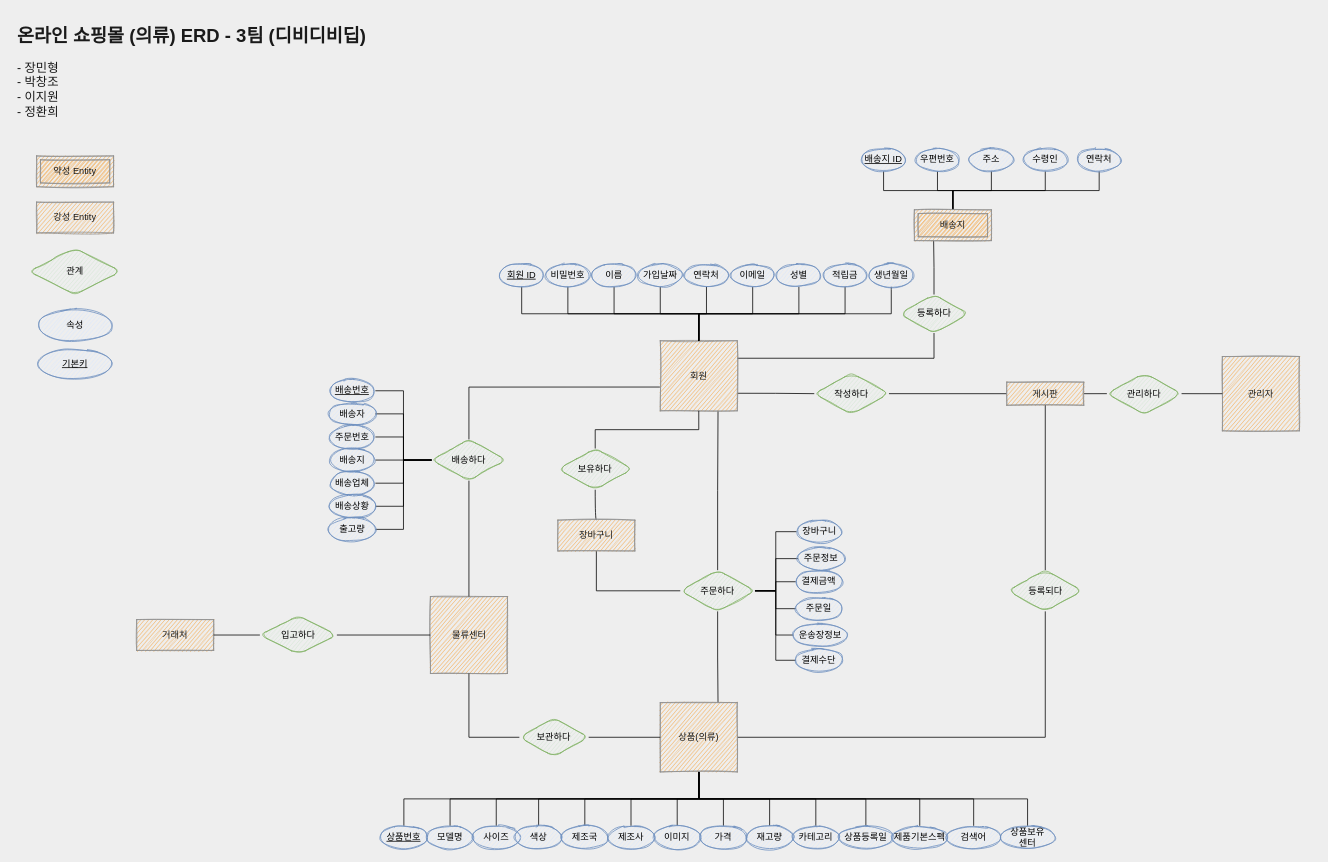
Before: page "페이지-2의 복사본" (3 of 4) of Untitled Diagram.drawio in pcjo1202/DataBase-design, a draw.io diagram. Source tidied: cells renumbered, new cells numbered last; positions are measured from the earlier drawing's top-left corner, leaving out a move shared by most shapes. Both pictures are drawn from the tidied source at 77%, with x=0, y=0 at pixel (13, 21).
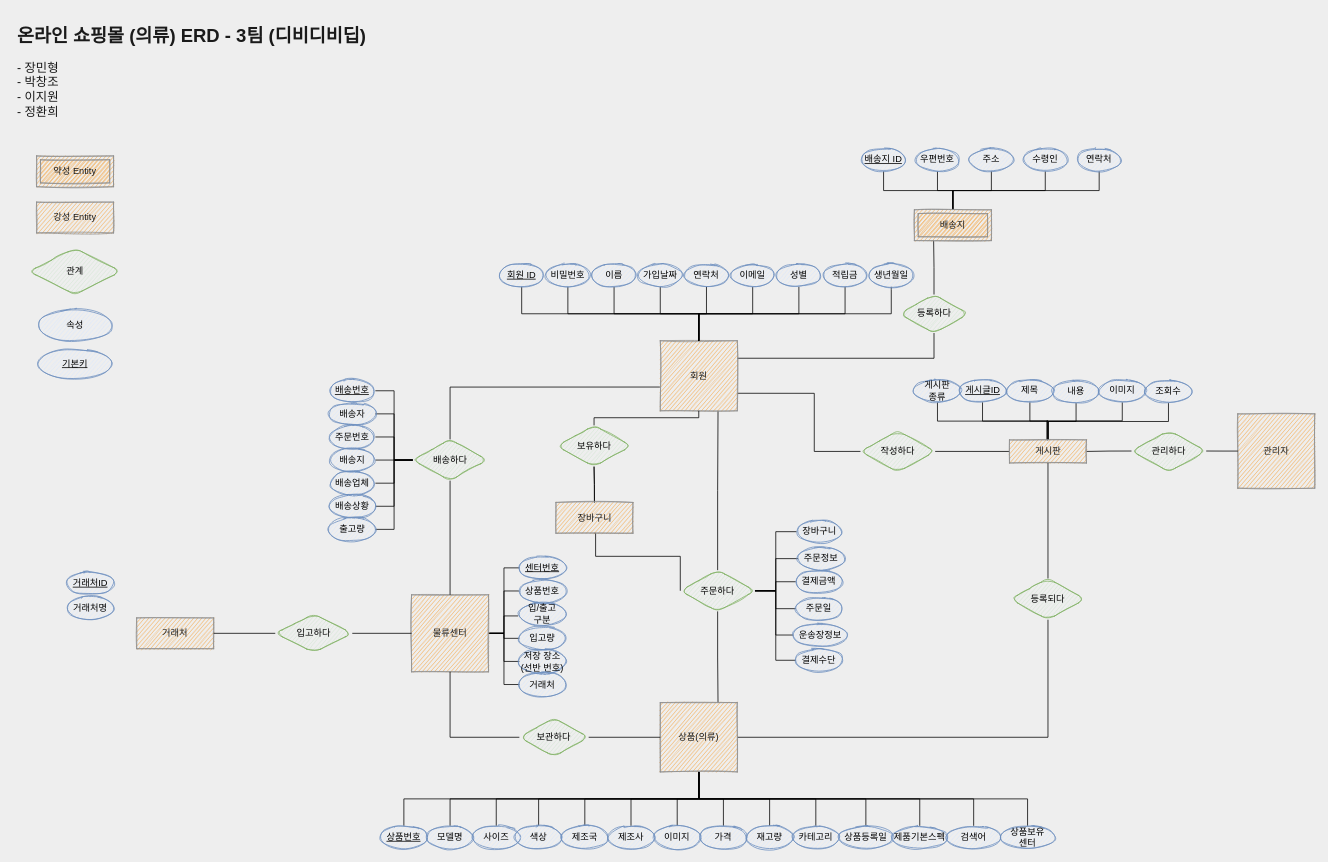
After the change.

Unchanged cells that the change refers to:
```xml
<mxCell id="12" value="주문하다" style="shape=rhombus;perimeter=rhombusPerimeter;whiteSpace=wrap;html=1;align=center;fillColor=#d5e8d4;strokeColor=#82b366;sketch=1;rounded=1;" parent="1" vertex="1">
  <mxGeometry x="866" y="713" width="97" height="53.5" as="geometry" />
</mxCell>
<mxCell id="29" value="회원" style="whiteSpace=wrap;html=1;align=center;rounded=0;sketch=1;fontColor=#1A1A1A;strokeColor=#909090;fillColor=#F5AB50;" parent="1" vertex="1">
  <mxGeometry x="840" y="415" width="100" height="91" as="geometry" />
</mxCell>
```

Diff of the diagram source:
```diff
@@
     <mxCell id="3" style="edgeStyle=orthogonalEdgeStyle;jettySize=auto;html=1;exitX=0;exitY=0.5;exitDx=0;exitDy=0;entryX=0.5;entryY=1;entryDx=0;entryDy=0;endArrow=none;endFill=0;rounded=0;" parent="1" edge="1" source="12" target="123">
-      <mxGeometry relative="1" as="geometry" />
+      <mxGeometry relative="1" as="geometry">
+        <Array as="points">
+          <mxPoint x="866" y="695" />
+          <mxPoint x="756" y="695" />
+        </Array>
+      </mxGeometry>
     </mxCell>
@@
     <mxCell id="27" style="edgeStyle=orthogonalEdgeStyle;jettySize=auto;html=1;exitX=1;exitY=0.75;exitDx=0;exitDy=0;entryX=0;entryY=0.5;entryDx=0;entryDy=0;endArrow=none;endFill=0;rounded=0;" parent="1" edge="1" source="29" target="73">
-      <mxGeometry relative="1" as="geometry" />
+      <mxGeometry relative="1" as="geometry">
+        <Array as="points">
+          <mxPoint x="1040" y="483" />
+          <mxPoint x="1040" y="559" />
+        </Array>
+      </mxGeometry>
     </mxCell>
@@
     <mxCell id="53" value="거래처" style="whiteSpace=wrap;html=1;align=center;rounded=0;sketch=1;fontColor=#1A1A1A;strokeColor=#909090;fillColor=#F5AB50;" parent="1" vertex="1">
-      <mxGeometry x="160" y="777.2" width="100" height="40" as="geometry" />
+      <mxGeometry x="160" y="775" width="100" height="40" as="geometry" />
     </mxCell>
+    <mxCell id="128" style="edgeStyle=orthogonalEdgeStyle;rounded=0;jettySize=auto;html=1;exitX=1;exitY=0.5;exitDx=0;exitDy=0;entryX=0;entryY=0.5;entryDx=0;entryDy=0;endArrow=none;endFill=0;" parent="1" edge="1" source="54" target="141">
+      <mxGeometry relative="1" as="geometry" />
+    </mxCell>
+    <mxCell id="129" style="edgeStyle=orthogonalEdgeStyle;rounded=0;jettySize=auto;html=1;exitX=1;exitY=0.5;exitDx=0;exitDy=0;entryX=0;entryY=0.5;entryDx=0;entryDy=0;endArrow=none;endFill=0;" parent="1" edge="1" source="54" target="142">
+      <mxGeometry relative="1" as="geometry" />
+    </mxCell>
+    <mxCell id="130" style="edgeStyle=orthogonalEdgeStyle;rounded=0;jettySize=auto;html=1;exitX=1;exitY=0.5;exitDx=0;exitDy=0;entryX=-0.026;entryY=0.58;entryDx=0;entryDy=0;entryPerimeter=0;endArrow=none;endFill=0;" parent="1" edge="1" source="54" target="143">
+      <mxGeometry relative="1" as="geometry" />
+    </mxCell>
+    <mxCell id="131" style="edgeStyle=orthogonalEdgeStyle;rounded=0;jettySize=auto;html=1;exitX=1;exitY=0.5;exitDx=0;exitDy=0;entryX=0;entryY=0.5;entryDx=0;entryDy=0;endArrow=none;endFill=0;" parent="1" edge="1" source="54" target="144">
+      <mxGeometry relative="1" as="geometry" />
+    </mxCell>
+    <mxCell id="132" style="edgeStyle=orthogonalEdgeStyle;rounded=0;jettySize=auto;html=1;exitX=1;exitY=0.5;exitDx=0;exitDy=0;entryX=0;entryY=0.5;entryDx=0;entryDy=0;endArrow=none;endFill=0;" parent="1" edge="1" source="54" target="145">
+      <mxGeometry relative="1" as="geometry" />
+    </mxCell>
+    <mxCell id="133" style="edgeStyle=orthogonalEdgeStyle;rounded=0;jettySize=auto;html=1;exitX=1;exitY=0.5;exitDx=0;exitDy=0;entryX=0;entryY=0.5;entryDx=0;entryDy=0;endArrow=none;endFill=0;" parent="1" edge="1" source="54" target="146">
+      <mxGeometry relative="1" as="geometry" />
+    </mxCell>
     <mxCell id="54" value="물류센터" style="whiteSpace=wrap;html=1;align=center;rounded=0;sketch=1;fontColor=#1A1A1A;strokeColor=#909090;fillColor=#F5AB50;" parent="1" vertex="1">
-      <mxGeometry x="541.5" y="747.2" width="100" height="100" as="geometry" />
+      <mxGeometry x="517" y="745" width="100" height="100" as="geometry" />
     </mxCell>
@@
     <mxCell id="57" value="입고하다" style="shape=rhombus;perimeter=rhombusPerimeter;whiteSpace=wrap;html=1;align=center;fillColor=#d5e8d4;strokeColor=#82b366;sketch=1;rounded=1;" parent="1" vertex="1">
-      <mxGeometry x="320" y="772.2" width="100" height="50" as="geometry" />
+      <mxGeometry x="340" y="770" width="100" height="50" as="geometry" />
     </mxCell>
@@
     <mxCell id="62" style="edgeStyle=orthogonalEdgeStyle;jettySize=auto;html=1;exitX=0.5;exitY=0;exitDx=0;exitDy=0;entryX=-0.005;entryY=0.661;entryDx=0;entryDy=0;entryPerimeter=0;endArrow=none;endFill=0;rounded=0;" parent="1" edge="1" source="70" target="29">
       <mxGeometry relative="1" as="geometry">
         <Array as="points">
-          <mxPoint x="592" y="475" />
+          <mxPoint x="567" y="475" />
         </Array>
       </mxGeometry>
     </mxCell>
@@
     <mxCell id="70" value="배송하다" style="shape=rhombus;perimeter=rhombusPerimeter;whiteSpace=wrap;html=1;align=center;fillColor=#d5e8d4;strokeColor=#82b366;sketch=1;rounded=1;" parent="1" vertex="1">
-      <mxGeometry x="543" y="543.2" width="97" height="53.5" as="geometry" />
+      <mxGeometry x="518.5" y="543.2" width="97" height="53.5" as="geometry" />
     </mxCell>
     <mxCell id="71" value="관리자" style="whiteSpace=wrap;html=1;align=center;rounded=0;sketch=1;fontColor=#1A1A1A;strokeColor=#909090;fillColor=#F5AB50;" parent="1" vertex="1">
-      <mxGeometry x="1570" y="435.5" width="100" height="96.5" as="geometry" />
+      <mxGeometry x="1590" y="510" width="100" height="96.5" as="geometry" />
     </mxCell>
@@
     <mxCell id="73" value="작성하다" style="shape=rhombus;perimeter=rhombusPerimeter;whiteSpace=wrap;html=1;align=center;fillColor=#d5e8d4;strokeColor=#82b366;sketch=1;rounded=1;" parent="1" vertex="1">
-      <mxGeometry x="1040" y="457" width="97" height="53.5" as="geometry" />
+      <mxGeometry x="1100" y="532" width="97" height="53.5" as="geometry" />
     </mxCell>
@@
     <mxCell id="76" value="관리하다" style="shape=rhombus;perimeter=rhombusPerimeter;whiteSpace=wrap;html=1;align=center;fillColor=#d5e8d4;strokeColor=#82b366;sketch=1;rounded=1;" parent="1" vertex="1">
-      <mxGeometry x="1420" y="457" width="97" height="53.5" as="geometry" />
+      <mxGeometry x="1452" y="531.5" width="97" height="53.5" as="geometry" />
     </mxCell>
@@
+    <mxCell id="134" style="edgeStyle=orthogonalEdgeStyle;rounded=0;jettySize=auto;html=1;exitX=0.5;exitY=0;exitDx=0;exitDy=0;entryX=0.5;entryY=1;entryDx=0;entryDy=0;endArrow=none;endFill=0;" parent="1" edge="1" source="78" target="149">
+      <mxGeometry relative="1" as="geometry" />
+    </mxCell>
+    <mxCell id="135" style="edgeStyle=orthogonalEdgeStyle;rounded=0;jettySize=auto;html=1;exitX=0.5;exitY=0;exitDx=0;exitDy=0;entryX=0.5;entryY=1;entryDx=0;entryDy=0;endArrow=none;endFill=0;" parent="1" edge="1" source="78" target="152">
+      <mxGeometry relative="1" as="geometry" />
+    </mxCell>
+    <mxCell id="136" style="edgeStyle=orthogonalEdgeStyle;rounded=0;jettySize=auto;html=1;exitX=0.5;exitY=0;exitDx=0;exitDy=0;entryX=0.5;entryY=1;entryDx=0;entryDy=0;endArrow=none;endFill=0;" parent="1" edge="1" source="78" target="148">
+      <mxGeometry relative="1" as="geometry" />
+    </mxCell>
+    <mxCell id="137" style="edgeStyle=orthogonalEdgeStyle;rounded=0;jettySize=auto;html=1;exitX=0.5;exitY=0;exitDx=0;exitDy=0;entryX=0.5;entryY=1;entryDx=0;entryDy=0;endArrow=none;endFill=0;" parent="1" edge="1" source="78" target="150">
+      <mxGeometry relative="1" as="geometry">
+        <Array as="points">
+          <mxPoint x="1342" y="519" />
+          <mxPoint x="1440" y="519" />
+        </Array>
+      </mxGeometry>
+    </mxCell>
+    <mxCell id="138" style="edgeStyle=orthogonalEdgeStyle;rounded=0;jettySize=auto;html=1;exitX=0.5;exitY=0;exitDx=0;exitDy=0;entryX=0.5;entryY=1;entryDx=0;entryDy=0;endArrow=none;endFill=0;" parent="1" edge="1" source="78" target="151">
+      <mxGeometry relative="1" as="geometry" />
+    </mxCell>
+    <mxCell id="139" style="edgeStyle=orthogonalEdgeStyle;rounded=0;jettySize=auto;html=1;exitX=0.5;exitY=0;exitDx=0;exitDy=0;entryX=0.5;entryY=1;entryDx=0;entryDy=0;endArrow=none;endFill=0;" parent="1" edge="1" source="78" target="147">
+      <mxGeometry relative="1" as="geometry" />
+    </mxCell>
     <mxCell id="78" value="게시판" style="whiteSpace=wrap;html=1;align=center;rounded=0;sketch=1;fontColor=#1A1A1A;strokeColor=#909090;fillColor=#F5AB50;" parent="1" vertex="1">
-      <mxGeometry x="1290" y="468.8" width="100" height="30" as="geometry" />
+      <mxGeometry x="1293.5" y="543.8" width="100" height="30" as="geometry" />
     </mxCell>
@@
+    <mxCell id="140" style="edgeStyle=orthogonalEdgeStyle;rounded=0;jettySize=auto;html=1;endArrow=none;endFill=0;" parent="1" edge="1" source="123" target="125">
+      <mxGeometry relative="1" as="geometry" />
+    </mxCell>
     <mxCell id="123" value="장바구니" style="whiteSpace=wrap;html=1;align=center;rounded=0;sketch=1;fontColor=#1A1A1A;strokeColor=#909090;fillColor=#F5AB50;" parent="1" vertex="1">
-      <mxGeometry x="707" y="648" width="100" height="40" as="geometry" />
+      <mxGeometry x="704.5" y="625" width="100" height="40" as="geometry" />
     </mxCell>
     <mxCell id="124" style="edgeStyle=orthogonalEdgeStyle;jettySize=auto;html=1;exitX=0.5;exitY=0;exitDx=0;exitDy=0;entryX=0.5;entryY=1;entryDx=0;entryDy=0;endArrow=none;endFill=0;rounded=0;" parent="1" edge="1" source="125" target="29">
-      <mxGeometry relative="1" as="geometry" />
+      <mxGeometry relative="1" as="geometry">
+        <Array as="points">
+          <mxPoint x="754" y="515" />
+          <mxPoint x="890" y="515" />
+        </Array>
+      </mxGeometry>
     </mxCell>
     <mxCell id="125" value="보유하다" style="shape=rhombus;perimeter=rhombusPerimeter;whiteSpace=wrap;html=1;align=center;fillColor=#d5e8d4;strokeColor=#82b366;sketch=1;rounded=1;" parent="1" vertex="1">
-      <mxGeometry x="707" y="555" width="97" height="53.5" as="geometry" />
+      <mxGeometry x="705.5" y="525" width="97" height="53.5" as="geometry" />
     </mxCell>
@@
     <mxCell id="127" value="등록되다" style="shape=rhombus;perimeter=rhombusPerimeter;whiteSpace=wrap;html=1;align=center;fillColor=#d5e8d4;strokeColor=#82b366;sketch=1;rounded=1;" parent="1" vertex="1">
-      <mxGeometry x="1291.5" y="713" width="97" height="53.5" as="geometry" />
+      <mxGeometry x="1295" y="723.8" width="97" height="53.5" as="geometry" />
     </mxCell>
+    <mxCell id="141" value="센터번호" style="ellipse;whiteSpace=wrap;html=1;align=center;fontStyle=4;rounded=0;sketch=1;strokeColor=#6c8ebf;fillColor=#dae8fc;" parent="1" vertex="1">
+      <mxGeometry x="657" y="695" width="60" height="30" as="geometry" />
+    </mxCell>
+    <mxCell id="142" value="상품번호" style="ellipse;whiteSpace=wrap;html=1;align=center;rounded=0;sketch=1;strokeColor=#6c8ebf;fillColor=#dae8fc;" parent="1" vertex="1">
+      <mxGeometry x="657" y="725" width="60" height="30" as="geometry" />
+    </mxCell>
+    <mxCell id="143" value="입/출고&lt;br&gt;구분" style="ellipse;whiteSpace=wrap;html=1;align=center;rounded=0;sketch=1;strokeColor=#6c8ebf;fillColor=#dae8fc;" parent="1" vertex="1">
+      <mxGeometry x="657" y="755" width="60" height="30" as="geometry" />
+    </mxCell>
+    <mxCell id="144" value="입고량" style="ellipse;whiteSpace=wrap;html=1;align=center;rounded=0;sketch=1;strokeColor=#6c8ebf;fillColor=#dae8fc;" parent="1" vertex="1">
+      <mxGeometry x="657" y="786.5" width="60" height="30" as="geometry" />
+    </mxCell>
+    <mxCell id="145" value="저장 장소&lt;br&gt;(선반 번호)" style="ellipse;whiteSpace=wrap;html=1;align=center;rounded=0;sketch=1;strokeColor=#6c8ebf;fillColor=#dae8fc;" parent="1" vertex="1">
+      <mxGeometry x="657" y="816.5" width="60" height="30" as="geometry" />
+    </mxCell>
+    <mxCell id="146" value="거래처" style="ellipse;whiteSpace=wrap;html=1;align=center;rounded=0;sketch=1;strokeColor=#6c8ebf;fillColor=#dae8fc;" parent="1" vertex="1">
+      <mxGeometry x="657" y="846.5" width="60" height="30" as="geometry" />
+    </mxCell>
+    <mxCell id="147" value="게시판&lt;br&gt;종류" style="ellipse;whiteSpace=wrap;html=1;align=center;rounded=0;sketch=1;strokeColor=#6c8ebf;fillColor=#dae8fc;" parent="1" vertex="1">
+      <mxGeometry x="1170" y="465" width="60" height="30" as="geometry" />
+    </mxCell>
+    <mxCell id="148" value="게시글ID" style="ellipse;whiteSpace=wrap;html=1;align=center;rounded=0;sketch=1;strokeColor=#6c8ebf;fillColor=#dae8fc;verticalAlign=middle;fontStyle=4;" parent="1" vertex="1">
+      <mxGeometry x="1228.5" y="465" width="60" height="30" as="geometry" />
+    </mxCell>
+    <mxCell id="149" value="제목" style="ellipse;whiteSpace=wrap;html=1;align=center;rounded=0;sketch=1;strokeColor=#6c8ebf;fillColor=#dae8fc;" parent="1" vertex="1">
+      <mxGeometry x="1290" y="465" width="60" height="30" as="geometry" />
+    </mxCell>
+    <mxCell id="150" value="이미지" style="ellipse;whiteSpace=wrap;html=1;align=center;rounded=0;sketch=1;strokeColor=#6c8ebf;fillColor=#dae8fc;" parent="1" vertex="1">
+      <mxGeometry x="1410" y="465" width="60" height="30" as="geometry" />
+    </mxCell>
+    <mxCell id="151" value="조회수" style="ellipse;whiteSpace=wrap;html=1;align=center;rounded=0;sketch=1;strokeColor=#6c8ebf;fillColor=#dae8fc;" parent="1" vertex="1">
+      <mxGeometry x="1470" y="466" width="60" height="30" as="geometry" />
+    </mxCell>
+    <mxCell id="152" value="내용" style="ellipse;whiteSpace=wrap;html=1;align=center;rounded=0;sketch=1;strokeColor=#6c8ebf;fillColor=#dae8fc;" parent="1" vertex="1">
+      <mxGeometry x="1350" y="466" width="60" height="30" as="geometry" />
+    </mxCell>
+    <mxCell id="153" value="거래처ID" style="ellipse;whiteSpace=wrap;html=1;align=center;fontStyle=4;rounded=0;sketch=1;strokeColor=#6c8ebf;fillColor=#dae8fc;" parent="1" vertex="1">
+      <mxGeometry x="70" y="715" width="60" height="30" as="geometry" />
+    </mxCell>
+    <mxCell id="154" value="거래처명" style="ellipse;whiteSpace=wrap;html=1;align=center;rounded=0;sketch=1;strokeColor=#6c8ebf;fillColor=#dae8fc;" parent="1" vertex="1">
+      <mxGeometry x="70" y="747.2" width="60" height="30" as="geometry" />
+    </mxCell>
```
